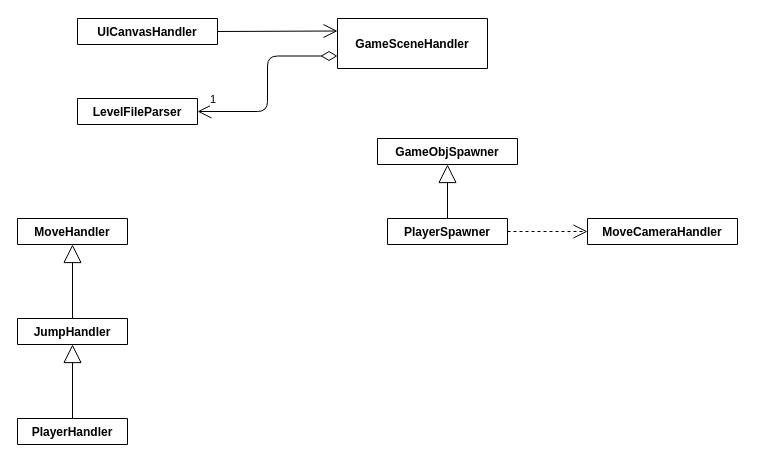
This is doc/class_diagram/class_diagram.drawio from itfray/GameGrinch2D, a draw.io file, before an edit. Source tidied: cells renumbered, new cells numbered last; positions are measured from the earlier drawing's top-left corner, leaving out a move shared by most shapes. Both pictures are drawn from the tidied source at 100%, with x=0, y=0 at pixel (17, 18).
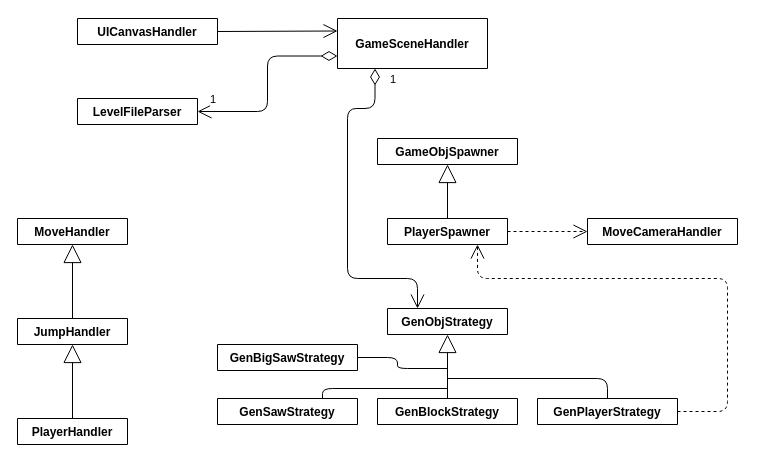
The same page after the edit.

Commit message (it also covers changes not shown here):
fix doc cls diagram

The change refers to these unchanged cells:
```xml
<mxCell id="3" value="GameSceneHandler" style="swimlane;fontStyle=1;align=center;verticalAlign=middle;horizontal=1;startSize=50;" parent="1" vertex="1" collapsed="1">
  <mxGeometry x="320" width="150" height="50" as="geometry" />
</mxCell>
<mxCell id="14" value="PlayerSpawner" style="swimlane;fontStyle=1;align=center;verticalAlign=top;horizontal=1;startSize=26;" parent="1" vertex="1" collapsed="1">
  <mxGeometry x="370" y="200" width="120" height="26" as="geometry" />
</mxCell>
```

What changed in the source:
```diff
@@
+    <mxCell id="17" value="GenObjStrategy" style="swimlane;fontStyle=1;align=center;verticalAlign=top;horizontal=1;startSize=26;" parent="1" vertex="1" collapsed="1">
+      <mxGeometry x="370" y="290" width="120" height="26" as="geometry" />
+    </mxCell>
+    <mxCell id="18" style="endArrow=block;endSize=16;endFill=0;html=1;entryX=0.5;entryY=1;entryDx=0;entryDy=0;exitX=0.5;exitY=0;exitDx=0;exitDy=0;" parent="1" edge="1" source="19" target="17">
+      <mxGeometry relative="1" as="geometry" />
+    </mxCell>
+    <mxCell id="19" value="GenBlockStrategy" style="swimlane;fontStyle=1;align=center;verticalAlign=top;horizontal=1;startSize=26;" parent="1" vertex="1" collapsed="1">
+      <mxGeometry x="360" y="380" width="140" height="26" as="geometry" />
+    </mxCell>
+    <mxCell id="20" value="GenPlayerStrategy" style="swimlane;fontStyle=1;align=center;verticalAlign=top;horizontal=1;startSize=26;" parent="1" vertex="1" collapsed="1">
+      <mxGeometry x="520" y="380" width="140" height="26" as="geometry" />
+    </mxCell>
+    <mxCell id="21" value="GenSawStrategy" style="swimlane;fontStyle=1;align=center;verticalAlign=top;horizontal=1;startSize=26;" parent="1" vertex="1" collapsed="1">
+      <mxGeometry x="200" y="380" width="140" height="26" as="geometry" />
+    </mxCell>
+    <mxCell id="22" value="GenBigSawStrategy" style="swimlane;fontStyle=1;align=center;verticalAlign=top;horizontal=1;startSize=26;" parent="1" vertex="1" collapsed="1">
+      <mxGeometry x="200" y="326" width="140" height="26" as="geometry" />
+    </mxCell>
+    <mxCell id="23" style="endArrow=none;html=1;exitX=1;exitY=0.5;exitDx=0;exitDy=0;" parent="1" edge="1" source="22">
+      <mxGeometry relative="1" as="geometry">
+        <mxPoint x="430" y="350" as="targetPoint" />
+        <Array as="points">
+          <mxPoint x="380" y="339" />
+          <mxPoint x="380" y="350" />
+        </Array>
+      </mxGeometry>
+    </mxCell>
+    <mxCell id="24" style="endArrow=none;html=1;exitX=0.75;exitY=0;exitDx=0;exitDy=0;" parent="1" edge="1" source="21">
+      <mxGeometry relative="1" as="geometry">
+        <mxPoint x="430" y="370" as="targetPoint" />
+        <Array as="points">
+          <mxPoint x="305" y="370" />
+        </Array>
+      </mxGeometry>
+    </mxCell>
+    <mxCell id="25" style="endArrow=none;html=1;entryX=0.5;entryY=0;entryDx=0;entryDy=0;" parent="1" edge="1" target="20">
+      <mxGeometry relative="1" as="geometry">
+        <mxPoint x="430" y="360" as="sourcePoint" />
+        <Array as="points">
+          <mxPoint x="590" y="360" />
+        </Array>
+      </mxGeometry>
+    </mxCell>
+    <mxCell id="26" style="endArrow=open;endSize=12;dashed=1;html=1;entryX=0.75;entryY=1;entryDx=0;entryDy=0;exitX=1;exitY=0.5;exitDx=0;exitDy=0;" parent="1" edge="1" source="20" target="14">
+      <mxGeometry relative="1" as="geometry">
+        <Array as="points">
+          <mxPoint x="710" y="393" />
+          <mxPoint x="710" y="360" />
+          <mxPoint x="710" y="260" />
+          <mxPoint x="460" y="260" />
+        </Array>
+      </mxGeometry>
+    </mxCell>
+    <mxCell id="27" value="1" style="endArrow=open;html=1;endSize=12;startArrow=diamondThin;startSize=14;startFill=0;edgeStyle=orthogonalEdgeStyle;align=left;verticalAlign=bottom;exitX=0.25;exitY=1;exitDx=0;exitDy=0;entryX=0.25;entryY=0;entryDx=0;entryDy=0;" parent="1" edge="1" source="3" target="17">
+      <mxGeometry x="-0.88" y="13" relative="1" as="geometry">
+        <Array as="points">
+          <mxPoint x="358" y="90" />
+          <mxPoint x="330" y="90" />
+          <mxPoint x="330" y="260" />
+          <mxPoint x="400" y="260" />
+        </Array>
+      </mxGeometry>
+    </mxCell>
```
